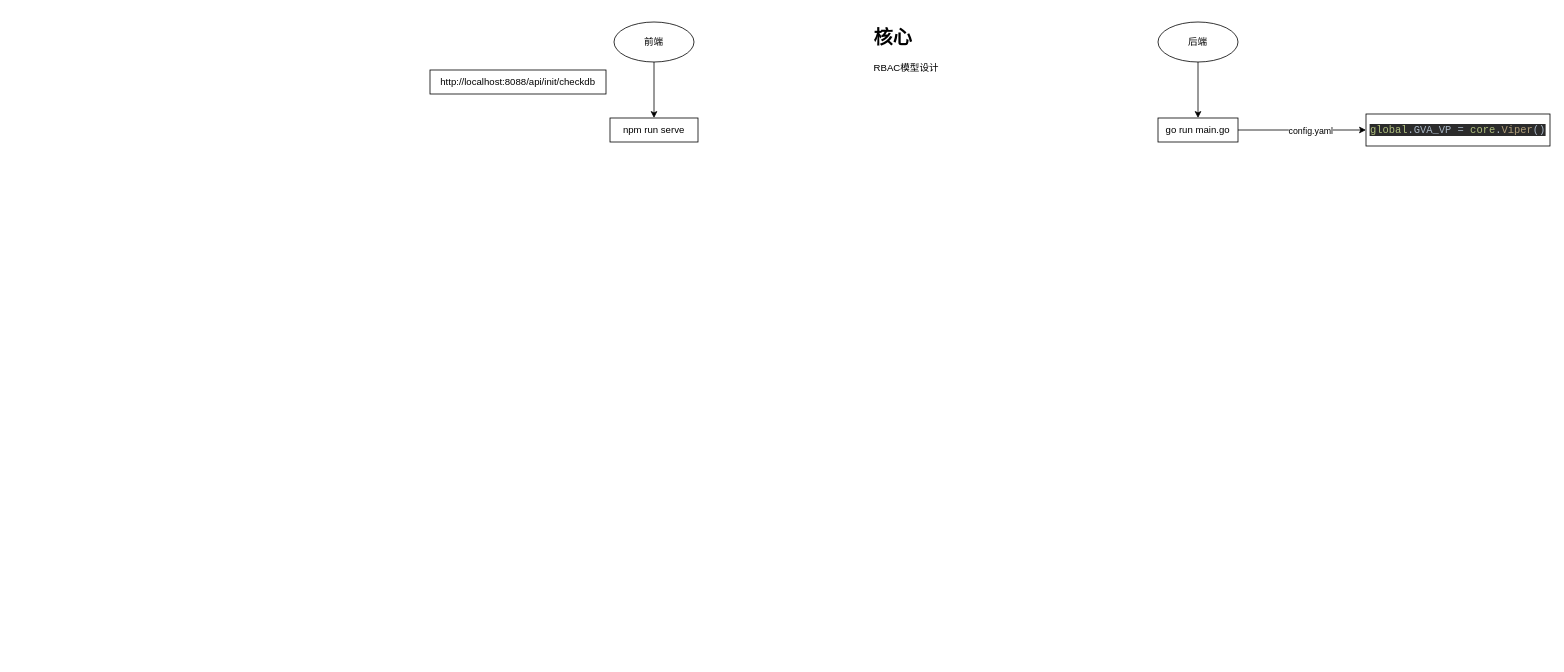
The draw.io diagram server/xb/design.drawio in ssbandjl/gin-vue-admin, before the edit. Source tidied: cells renumbered, new cells numbered last; positions are measured from the earlier drawing's top-left corner, leaving out a move shared by most shapes. Both pictures are drawn from the tidied source at 80%, with x=0, y=0 at pixel (430, 22).
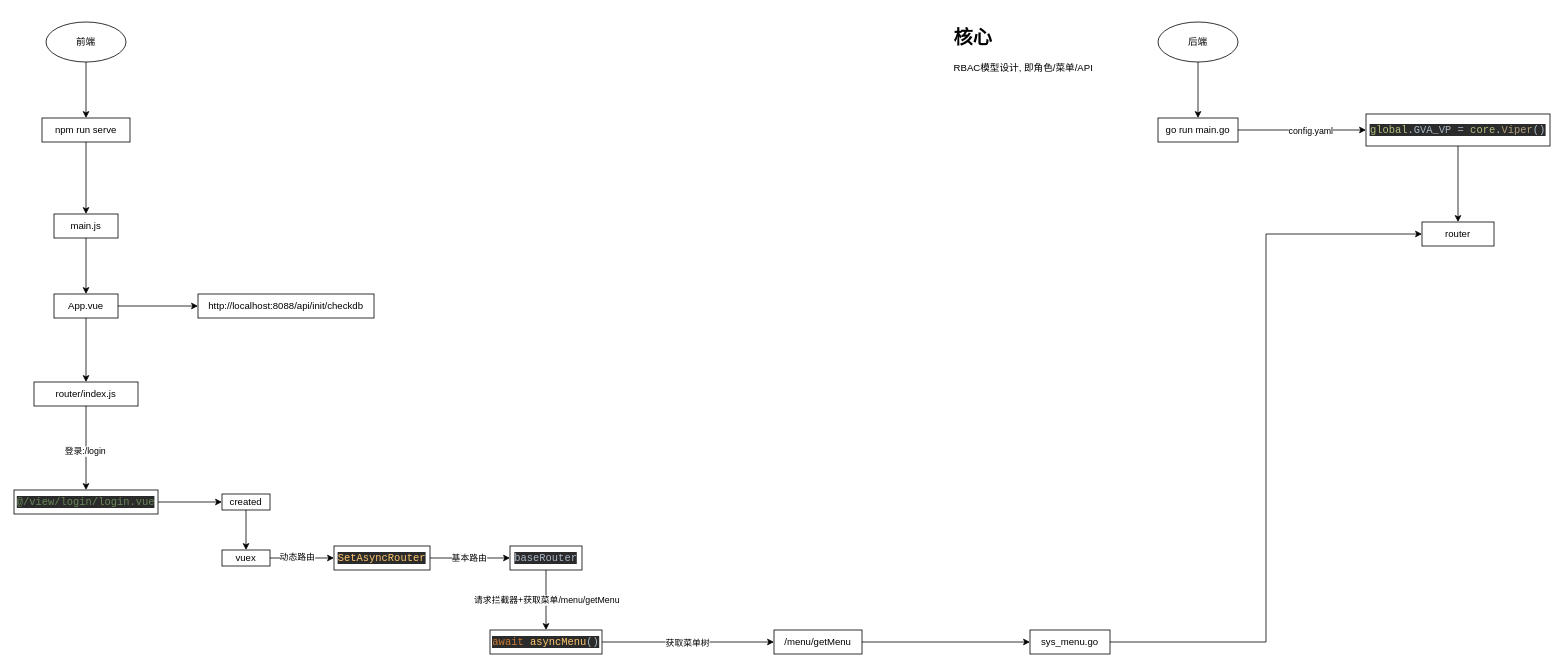
Above is the later version.

Unchanged cells that the change refers to:
```xml
<mxCell id="11" value="&lt;pre style=&quot;background-color: #2b2b2b ; color: #a9b7c6 ; font-family: &amp;#34;jetbrains mono&amp;#34; , monospace ; font-size: 9.8pt&quot;&gt;&lt;span style=&quot;color: #afbf7e&quot;&gt;global&lt;/span&gt;.GVA_VP = &lt;span style=&quot;color: #afbf7e&quot;&gt;core&lt;/span&gt;.&lt;span style=&quot;color: #b09d79&quot;&gt;Viper&lt;/span&gt;()&lt;/pre&gt;" style="whiteSpace=wrap;html=1;" parent="1" vertex="1">
  <mxGeometry x="1170" y="115" width="230" height="40" as="geometry" />
</mxCell>
```

What changed in the source:
```diff
@@
     <mxCell id="2" value="http://localhost:8088/api/init/checkdb" style="whiteSpace=wrap;html=1;" parent="1" vertex="1">
-      <mxGeometry y="60" width="220" height="30" as="geometry" />
+      <mxGeometry x="-290" y="340" width="220" height="30" as="geometry" />
     </mxCell>
@@
     <mxCell id="6" value="前端" style="ellipse;whiteSpace=wrap;html=1;" parent="1" vertex="1">
-      <mxGeometry x="230" width="100" height="50" as="geometry" />
+      <mxGeometry x="-480" width="100" height="50" as="geometry" />
     </mxCell>
@@
+    <mxCell id="13" style="edgeStyle=orthogonalEdgeStyle;rounded=0;jettySize=auto;html=1;exitX=0.5;exitY=1;exitDx=0;exitDy=0;entryX=0.5;entryY=0;entryDx=0;entryDy=0;" parent="1" edge="1" source="10" target="21">
+      <mxGeometry relative="1" as="geometry" />
+    </mxCell>
     <mxCell id="10" value="npm run serve" style="whiteSpace=wrap;html=1;" parent="1" vertex="1">
-      <mxGeometry x="225" y="120" width="110" height="30" as="geometry" />
+      <mxGeometry x="-485" y="120" width="110" height="30" as="geometry" />
     </mxCell>
+    <mxCell id="14" style="edgeStyle=orthogonalEdgeStyle;rounded=0;jettySize=auto;html=1;exitX=0.5;exitY=1;exitDx=0;exitDy=0;" parent="1" edge="1" source="11" target="41">
+      <mxGeometry relative="1" as="geometry" />
+    </mxCell>
@@
-    <mxCell id="12" value="&lt;h1&gt;核心&lt;/h1&gt;&lt;p&gt;RBAC模型设计&lt;/p&gt;" style="text;html=1;strokeColor=none;fillColor=none;spacing=5;spacingTop=-20;whiteSpace=wrap;overflow=hidden;rounded=0;" parent="1" vertex="1">
-      <mxGeometry x="550" width="100" height="70" as="geometry" />
+    <mxCell id="12" value="&lt;h1&gt;核心&lt;/h1&gt;&lt;p&gt;RBAC模型设计, 即角色/菜单/API&lt;/p&gt;" style="text;html=1;strokeColor=none;fillColor=none;spacing=5;spacingTop=-20;whiteSpace=wrap;overflow=hidden;rounded=0;" parent="1" vertex="1">
+      <mxGeometry x="650" width="220" height="70" as="geometry" />
     </mxCell>
+    <mxCell id="15" style="edgeStyle=orthogonalEdgeStyle;rounded=0;jettySize=auto;html=1;exitX=0.5;exitY=1;exitDx=0;exitDy=0;" parent="1" edge="1" source="17" target="19">
+      <mxGeometry relative="1" as="geometry" />
+    </mxCell>
+    <mxCell id="16" value="登录:/login" style="edgeLabel;html=1;align=center;verticalAlign=middle;" parent="15" vertex="1">
+      <mxGeometry x="0.07" y="-2" relative="1" as="geometry" />
+    </mxCell>
+    <mxCell id="17" value="router/index.js" style="whiteSpace=wrap;html=1;" parent="1" vertex="1">
+      <mxGeometry x="-495" y="450" width="130" height="30" as="geometry" />
+    </mxCell>
+    <mxCell id="18" style="edgeStyle=orthogonalEdgeStyle;rounded=0;jettySize=auto;html=1;exitX=1;exitY=0.5;exitDx=0;exitDy=0;entryX=0;entryY=0.5;entryDx=0;entryDy=0;" parent="1" edge="1" source="19" target="26">
+      <mxGeometry relative="1" as="geometry" />
+    </mxCell>
+    <mxCell id="19" value="&lt;pre style=&quot;background-color: #2b2b2b ; color: #a9b7c6 ; font-family: &amp;#34;jetbrains mono&amp;#34; , monospace ; font-size: 9.8pt&quot;&gt;&lt;span style=&quot;color: #6a8759&quot;&gt;@/view/login/login.vue&lt;/span&gt;&lt;/pre&gt;" style="whiteSpace=wrap;html=1;" parent="1" vertex="1">
+      <mxGeometry x="-520" y="585" width="180" height="30" as="geometry" />
+    </mxCell>
+    <mxCell id="20" style="edgeStyle=orthogonalEdgeStyle;rounded=0;jettySize=auto;html=1;exitX=0.5;exitY=1;exitDx=0;exitDy=0;entryX=0.5;entryY=0;entryDx=0;entryDy=0;" parent="1" edge="1" source="21" target="24">
+      <mxGeometry relative="1" as="geometry" />
+    </mxCell>
+    <mxCell id="21" value="main.js" style="whiteSpace=wrap;html=1;" parent="1" vertex="1">
+      <mxGeometry x="-470" y="240" width="80" height="30" as="geometry" />
+    </mxCell>
+    <mxCell id="22" style="edgeStyle=orthogonalEdgeStyle;rounded=0;jettySize=auto;html=1;exitX=0.5;exitY=1;exitDx=0;exitDy=0;entryX=0.5;entryY=0;entryDx=0;entryDy=0;" parent="1" edge="1" source="24" target="17">
+      <mxGeometry relative="1" as="geometry" />
+    </mxCell>
+    <mxCell id="23" style="edgeStyle=orthogonalEdgeStyle;rounded=0;jettySize=auto;html=1;exitX=1;exitY=0.5;exitDx=0;exitDy=0;" parent="1" edge="1" source="24" target="2">
+      <mxGeometry relative="1" as="geometry" />
+    </mxCell>
+    <mxCell id="24" value="App.vue" style="whiteSpace=wrap;html=1;" parent="1" vertex="1">
+      <mxGeometry x="-470" y="340" width="80" height="30" as="geometry" />
+    </mxCell>
+    <mxCell id="25" style="edgeStyle=orthogonalEdgeStyle;rounded=0;jettySize=auto;html=1;exitX=0.5;exitY=1;exitDx=0;exitDy=0;entryX=0.5;entryY=0;entryDx=0;entryDy=0;" parent="1" edge="1" source="26" target="29">
+      <mxGeometry relative="1" as="geometry" />
+    </mxCell>
+    <mxCell id="26" value="created" style="whiteSpace=wrap;html=1;" parent="1" vertex="1">
+      <mxGeometry x="-260" y="590" width="60" height="20" as="geometry" />
+    </mxCell>
+    <mxCell id="27" style="edgeStyle=orthogonalEdgeStyle;rounded=0;jettySize=auto;html=1;exitX=1;exitY=0.5;exitDx=0;exitDy=0;" parent="1" edge="1" source="29" target="32">
+      <mxGeometry relative="1" as="geometry" />
+    </mxCell>
+    <mxCell id="28" value="动态路由" style="edgeLabel;html=1;align=center;verticalAlign=middle;" parent="27" vertex="1">
+      <mxGeometry x="-0.17" y="2" relative="1" as="geometry" />
+    </mxCell>
+    <mxCell id="29" value="vuex" style="whiteSpace=wrap;html=1;" parent="1" vertex="1">
+      <mxGeometry x="-260" y="660" width="60" height="20" as="geometry" />
+    </mxCell>
+    <mxCell id="30" style="edgeStyle=orthogonalEdgeStyle;rounded=0;jettySize=auto;html=1;exitX=1;exitY=0.5;exitDx=0;exitDy=0;" parent="1" edge="1" source="32" target="35">
+      <mxGeometry relative="1" as="geometry" />
+    </mxCell>
+    <mxCell id="31" value="基本路由" style="edgeLabel;html=1;align=center;verticalAlign=middle;" parent="30" vertex="1">
+      <mxGeometry x="-0.04" y="1" relative="1" as="geometry" />
+    </mxCell>
+    <mxCell id="32" value="&lt;pre style=&quot;background-color: #2b2b2b ; color: #a9b7c6 ; font-family: &amp;#34;jetbrains mono&amp;#34; , monospace ; font-size: 9.8pt&quot;&gt;&lt;span style=&quot;color: #ffc66d&quot;&gt;SetAsyncRouter&lt;/span&gt;&lt;/pre&gt;" style="whiteSpace=wrap;html=1;" parent="1" vertex="1">
+      <mxGeometry x="-120" y="655" width="120" height="30" as="geometry" />
+    </mxCell>
+    <mxCell id="33" style="edgeStyle=orthogonalEdgeStyle;rounded=0;jettySize=auto;html=1;exitX=0.5;exitY=1;exitDx=0;exitDy=0;" parent="1" edge="1" source="35" target="38">
+      <mxGeometry relative="1" as="geometry" />
+    </mxCell>
+    <mxCell id="34" value="请求拦截器+获取菜单/menu/getMenu" style="edgeLabel;html=1;align=center;verticalAlign=middle;" parent="33" vertex="1">
+      <mxGeometry x="-0.01" relative="1" as="geometry" />
+    </mxCell>
+    <mxCell id="35" value="&lt;pre style=&quot;background-color: #2b2b2b ; color: #a9b7c6 ; font-family: &amp;#34;jetbrains mono&amp;#34; , monospace ; font-size: 9.8pt&quot;&gt;baseRouter&lt;/pre&gt;" style="whiteSpace=wrap;html=1;" parent="1" vertex="1">
+      <mxGeometry x="100" y="655" width="90" height="30" as="geometry" />
+    </mxCell>
+    <mxCell id="36" style="edgeStyle=orthogonalEdgeStyle;rounded=0;jettySize=auto;html=1;exitX=1;exitY=0.5;exitDx=0;exitDy=0;" parent="1" edge="1" source="38" target="40">
+      <mxGeometry relative="1" as="geometry" />
+    </mxCell>
+    <mxCell id="37" value="获取菜单树" style="edgeLabel;html=1;align=center;verticalAlign=middle;" parent="36" vertex="1">
+      <mxGeometry x="-0.01" relative="1" as="geometry" />
+    </mxCell>
+    <mxCell id="38" value="&lt;pre style=&quot;background-color: #2b2b2b ; color: #a9b7c6 ; font-family: &amp;#34;jetbrains mono&amp;#34; , monospace ; font-size: 9.8pt&quot;&gt;&lt;span style=&quot;color: #cc7832&quot;&gt;await &lt;/span&gt;&lt;span style=&quot;color: #ffc66d&quot;&gt;asyncMenu&lt;/span&gt;()&lt;/pre&gt;" style="whiteSpace=wrap;html=1;" parent="1" vertex="1">
+      <mxGeometry x="75" y="760" width="140" height="30" as="geometry" />
+    </mxCell>
+    <mxCell id="39" style="edgeStyle=orthogonalEdgeStyle;rounded=0;jettySize=auto;html=1;exitX=1;exitY=0.5;exitDx=0;exitDy=0;" parent="1" edge="1" source="40" target="43">
+      <mxGeometry relative="1" as="geometry" />
+    </mxCell>
+    <mxCell id="40" value="/menu/getMenu" style="whiteSpace=wrap;html=1;" parent="1" vertex="1">
+      <mxGeometry x="430" y="760" width="110" height="30" as="geometry" />
+    </mxCell>
+    <mxCell id="41" value="router" style="whiteSpace=wrap;html=1;" parent="1" vertex="1">
+      <mxGeometry x="1240" y="250" width="90" height="30" as="geometry" />
+    </mxCell>
+    <mxCell id="42" style="edgeStyle=orthogonalEdgeStyle;rounded=0;jettySize=auto;html=1;exitX=1;exitY=0.5;exitDx=0;exitDy=0;entryX=0;entryY=0.5;entryDx=0;entryDy=0;" parent="1" edge="1" source="43" target="41">
+      <mxGeometry relative="1" as="geometry" />
+    </mxCell>
+    <mxCell id="43" value="sys_menu.go" style="whiteSpace=wrap;html=1;" parent="1" vertex="1">
+      <mxGeometry x="750" y="760" width="100" height="30" as="geometry" />
+    </mxCell>
```
